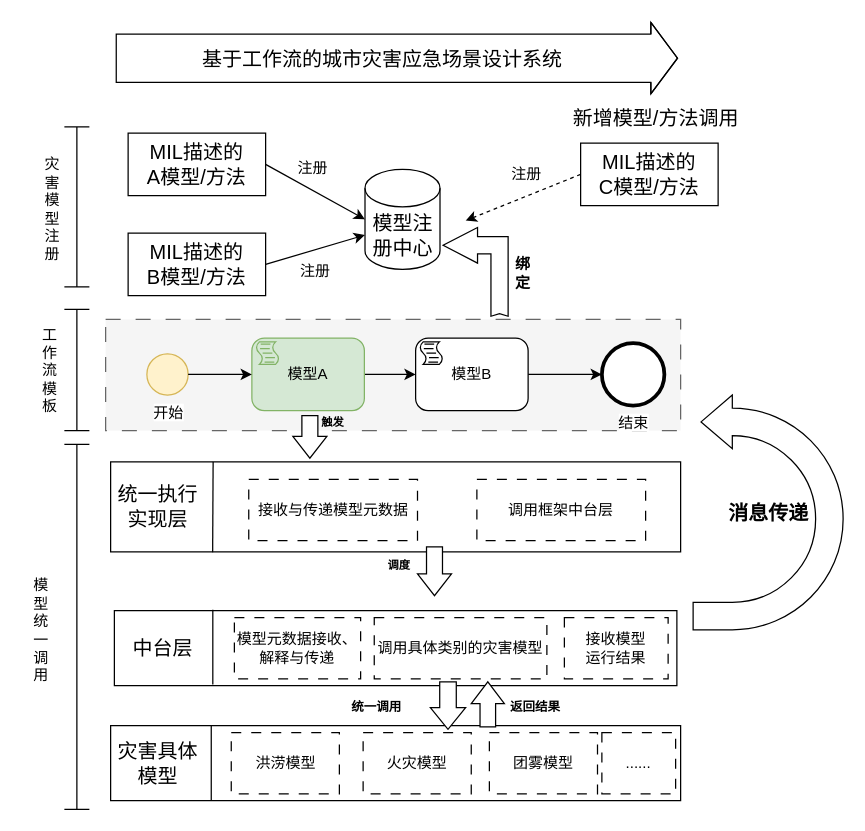
Earlier version of the draw.io diagram page "第 6 页" (6 of 6) of 模型接口语言注册.drawio (liujing-maker/IDEA). Source tidied: cells renumbered, new cells numbered last; positions are measured from the earlier drawing's top-left corner, leaving out a move shared by most shapes. Both pictures are drawn from the tidied source at 125%, with x=0, y=0 at pixel (21, 58).
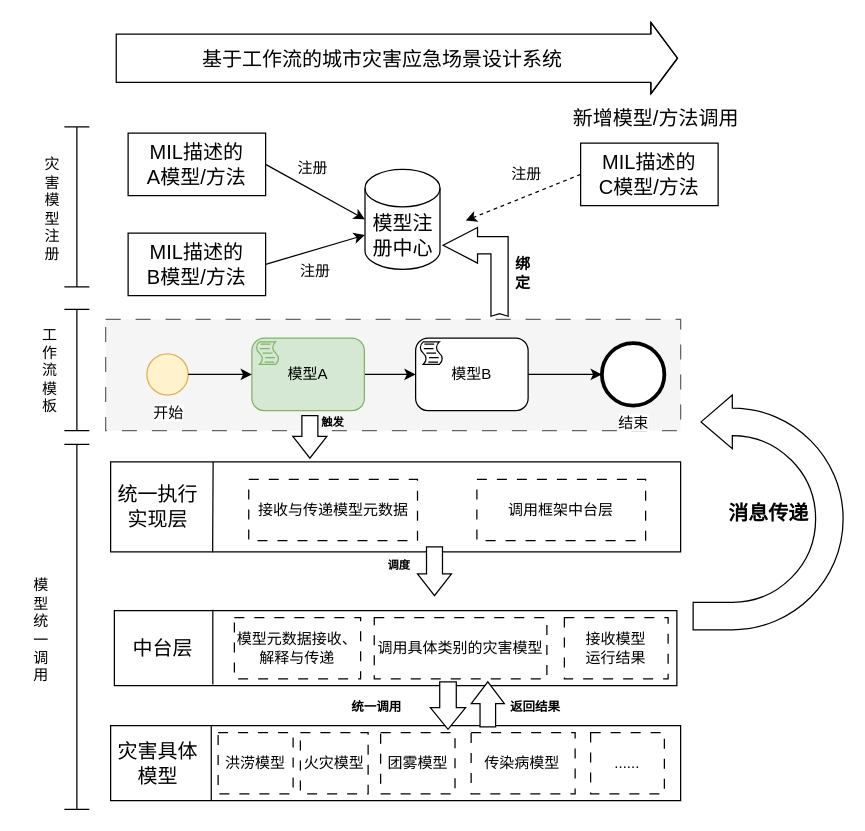
After the change.

Commit message:
更新模型接口语言注册.drawio

What changed in the source:
```diff
@@
     <mxCell id="48" value="洪涝模型" style="rounded=0;whiteSpace=wrap;html=1;dashed=1;dashPattern=8 8;" parent="1" vertex="1">
-      <mxGeometry x="167.5" y="539.5" width="86.5" height="49" as="geometry" />
+      <mxGeometry x="157" y="539.5" width="60" height="49" as="geometry" />
     </mxCell>
     <mxCell id="49" value="火灾模型" style="rounded=0;whiteSpace=wrap;html=1;dashed=1;dashPattern=8 8;" parent="1" vertex="1">
-      <mxGeometry x="273" y="539.5" width="86.5" height="49" as="geometry" />
+      <mxGeometry x="222.8" y="539.5" width="54.2" height="49" as="geometry" />
     </mxCell>
     <mxCell id="50" value="团雾模型" style="rounded=0;whiteSpace=wrap;html=1;dashed=1;dashPattern=8 8;" parent="1" vertex="1">
-      <mxGeometry x="374" y="539.5" width="86.5" height="49" as="geometry" />
+      <mxGeometry x="287" y="539.5" width="59.5" height="49" as="geometry" />
     </mxCell>
     <mxCell id="51" value="......" style="rounded=0;whiteSpace=wrap;html=1;dashed=1;dashPattern=8 8;" parent="1" vertex="1">
-      <mxGeometry x="464" y="539.5" width="59" height="49" as="geometry" />
+      <mxGeometry x="455" y="539.5" width="59" height="49" as="geometry" />
     </mxCell>
@@
+    <mxCell id="59" value="传染病模型" style="rounded=0;whiteSpace=wrap;html=1;dashed=1;dashPattern=8 8;" parent="1" vertex="1">
+      <mxGeometry x="359.4" y="539.5" width="83.2" height="49" as="geometry" />
+    </mxCell>
```
